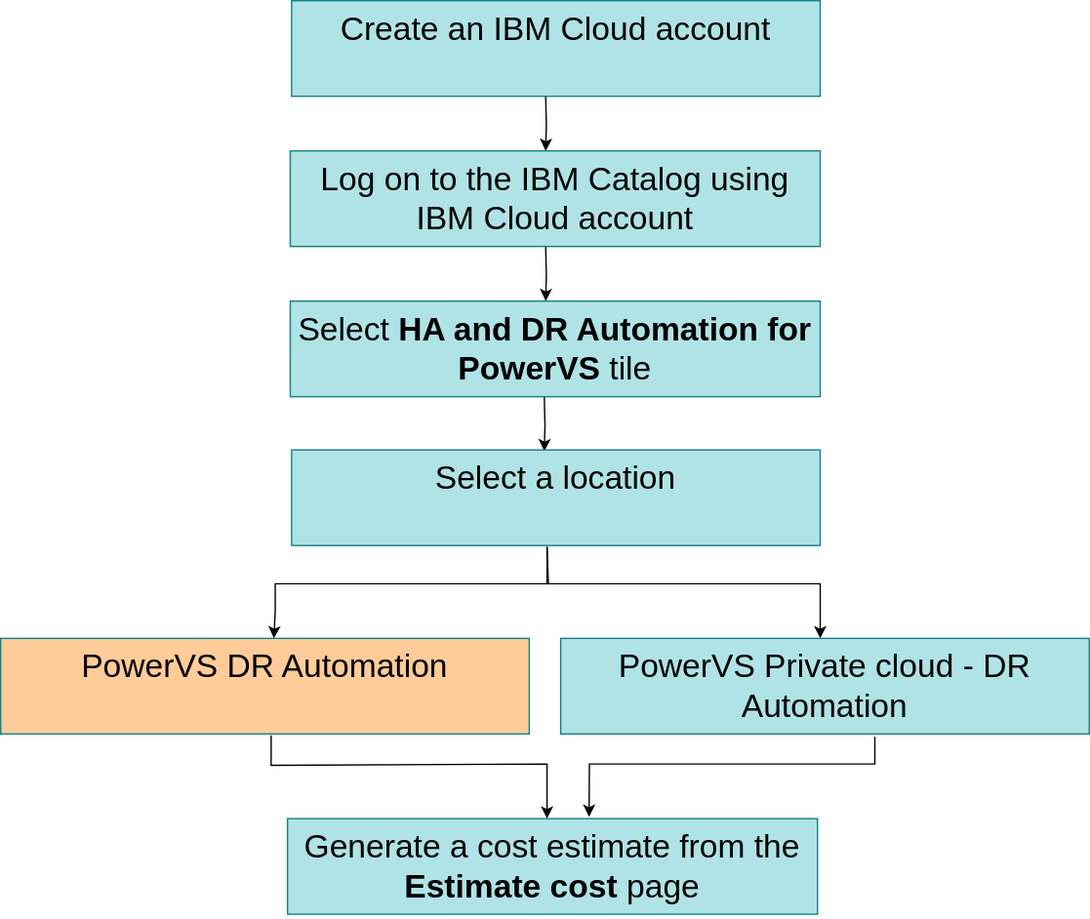
Above: images/life-Cycle-public-private.svg in ibm-cloud-docs/dr-automation-powervs (draw.io), before the change. Source tidied: cells renumbered, new cells last; positions are measured from the earlier drawing's top-left corner, leaving out a move shared by most shapes.
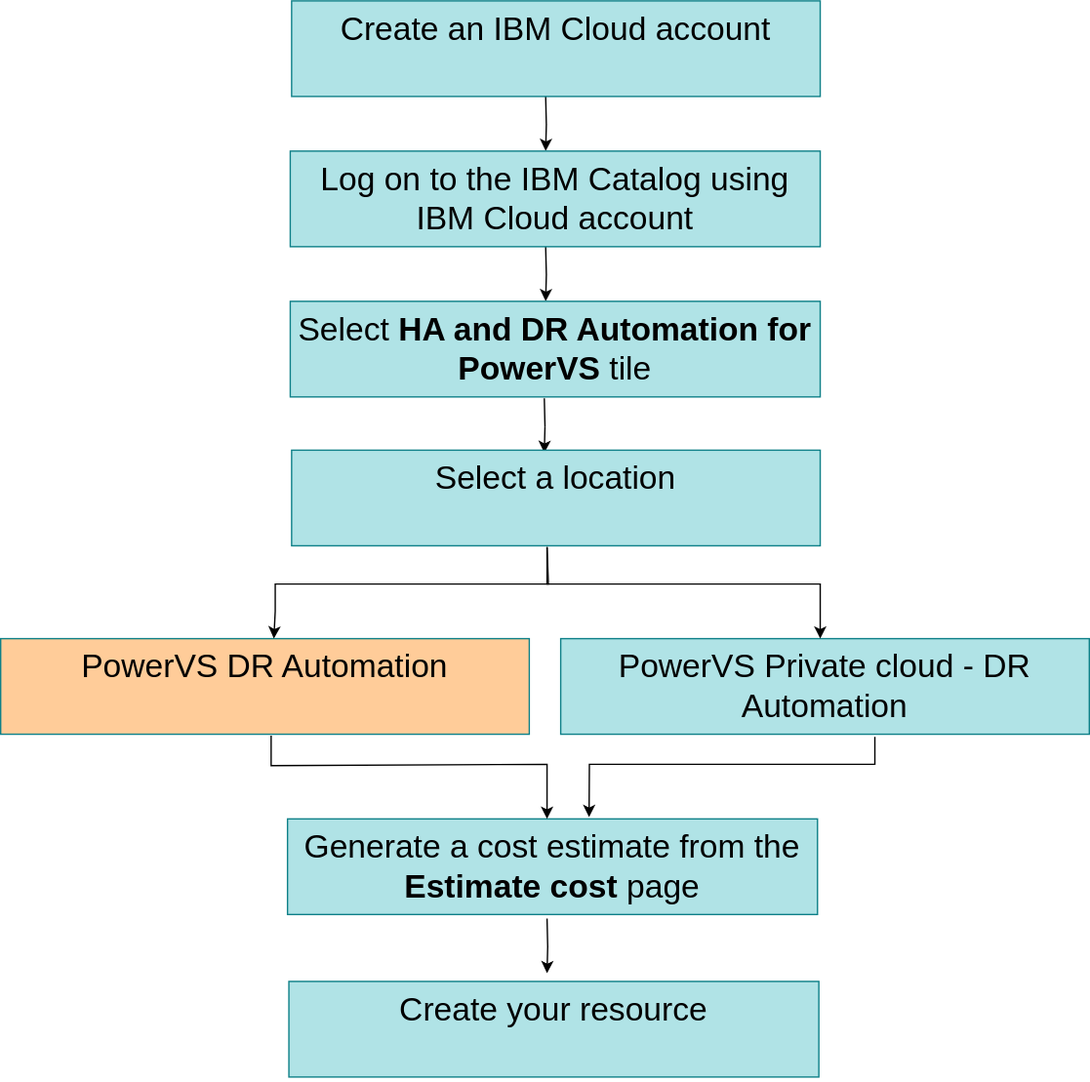
The same file after the commit.

The edit, as a diff of the source:
```diff
@@ -16,8 +16,8 @@
     </mxCell>
     <mxCell id="4" style="edgeStyle=orthogonalEdgeStyle;rounded=0;orthogonalLoop=1;jettySize=auto;html=1;" parent="1" edge="1">
       <mxGeometry relative="1" as="geometry">
-        <mxPoint x="398" y="290" as="sourcePoint" />
-        <mxPoint x="398" y="330" as="targetPoint" />
+        <mxPoint x="398" y="291" as="sourcePoint" />
+        <mxPoint x="398" y="331" as="targetPoint" />
       </mxGeometry>
     </mxCell>
     <mxCell id="5" value="&lt;font style=&quot;font-size: 24px;&quot;&gt;Log on to the IBM Catalog using IBM Cloud account&lt;/font&gt;" style="text;html=1;whiteSpace=wrap;overflow=hidden;rounded=0;fillColor=#b0e3e6;strokeColor=#0e8088;align=center;" parent="1" vertex="1">
@@ -83,5 +83,14 @@
         </Array>
       </mxGeometry>
     </mxCell>
+    <mxCell id="16" value="&lt;span style=&quot;font-size: 24px;&quot;&gt;Create your resource&lt;/span&gt;" style="text;html=1;whiteSpace=wrap;overflow=hidden;rounded=0;fillColor=#b0e3e6;strokeColor=#0e8088;align=center;" parent="1" vertex="1">
+      <mxGeometry x="211" y="718" width="388" height="70" as="geometry" />
+    </mxCell>
+    <mxCell id="17" style="edgeStyle=orthogonalEdgeStyle;rounded=0;orthogonalLoop=1;jettySize=auto;html=1;" parent="1" edge="1">
+      <mxGeometry relative="1" as="geometry">
+        <mxPoint x="400" y="672" as="sourcePoint" />
+        <mxPoint x="400" y="712" as="targetPoint" />
+      </mxGeometry>
+    </mxCell>
   </root>
 </mxGraphModel>
```
